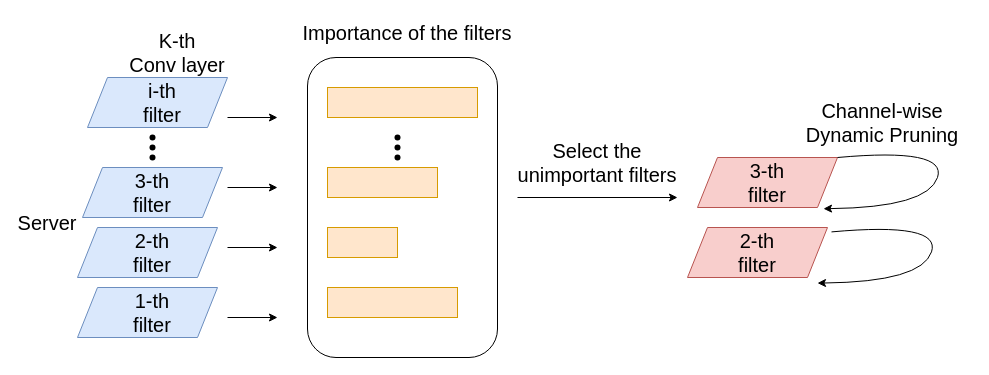
Earlier version of the draw.io diagram page "Page-2" (2 of 3) of .github/Untitled Diagram.drawio (2235425067/ExpressLRS). Source tidied: cells renumbered, new cells numbered last; positions are measured from the earlier drawing's top-left corner, leaving out a move shared by most shapes. Both pictures are drawn from the tidied source at 100%, with x=0, y=0 at pixel (17, 17).
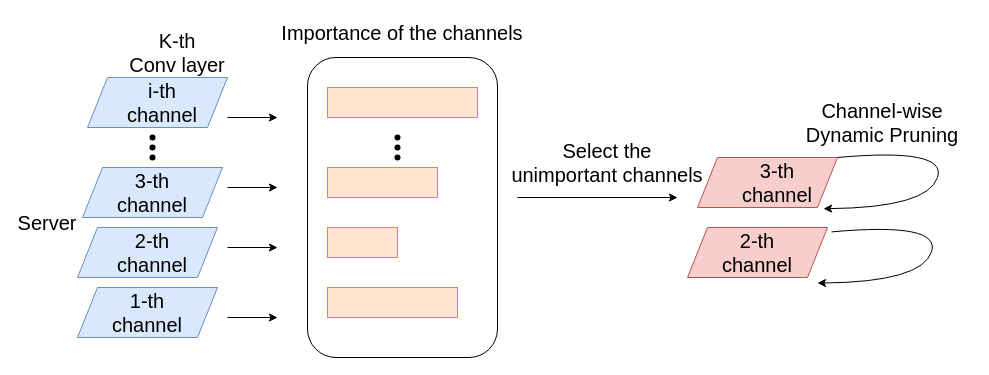
The same page after the edit.

Diff of the diagram source:
```diff
@@
-    <mxCell id="7" value="&lt;font style=&quot;font-size: 20px;&quot;&gt;i-th &lt;br&gt;filter&lt;/font&gt;" style="text;html=1;strokeColor=none;fillColor=none;align=center;verticalAlign=middle;whiteSpace=wrap;rounded=0;fontSize=12;" parent="1" vertex="1">
+    <mxCell id="7" value="&lt;font style=&quot;font-size: 20px;&quot;&gt;i-th &lt;br&gt;channel&lt;br&gt;&lt;/font&gt;" style="text;html=1;strokeColor=none;fillColor=none;align=center;verticalAlign=middle;whiteSpace=wrap;rounded=0;fontSize=12;" parent="1" vertex="1">
       <mxGeometry x="120" y="70" width="50" height="30" as="geometry" />
     </mxCell>
@@
-    <mxCell id="15" style="shape=parallelogram;perimeter=parallelogramPerimeter;whiteSpace=wrap;html=1;fixedSize=1;fontSize=12;fillColor=#dae8fc;strokeColor=#6c8ebf;" parent="1" vertex="1">
-      <mxGeometry x="60" y="270" width="140" height="50" as="geometry" />
-    </mxCell>
-    <mxCell id="16" value="&lt;font style=&quot;font-size: 20px;&quot;&gt;3-th &lt;br&gt;filter&lt;/font&gt;" style="text;html=1;strokeColor=none;fillColor=none;align=center;verticalAlign=middle;whiteSpace=wrap;rounded=0;fontSize=12;" parent="1" vertex="1">
+    <mxCell id="16" value="&lt;font style=&quot;font-size: 20px;&quot;&gt;3-th &lt;br&gt;channel&lt;br&gt;&lt;/font&gt;" style="text;html=1;strokeColor=none;fillColor=none;align=center;verticalAlign=middle;whiteSpace=wrap;rounded=0;fontSize=12;" parent="1" vertex="1">
       <mxGeometry x="110" y="160" width="50" height="30" as="geometry" />
     </mxCell>
-    <mxCell id="17" value="&lt;font style=&quot;font-size: 20px;&quot;&gt;2-th &lt;br&gt;filter&lt;/font&gt;" style="text;html=1;strokeColor=none;fillColor=none;align=center;verticalAlign=middle;whiteSpace=wrap;rounded=0;fontSize=12;" parent="1" vertex="1">
+    <mxCell id="17" value="&lt;font style=&quot;font-size: 20px;&quot;&gt;2-th &lt;br&gt;&lt;/font&gt;&lt;span style=&quot;font-size: 20px;&quot;&gt;channel&lt;/span&gt;" style="text;html=1;strokeColor=none;fillColor=none;align=center;verticalAlign=middle;whiteSpace=wrap;rounded=0;fontSize=12;" parent="1" vertex="1">
       <mxGeometry x="110" y="220" width="50" height="30" as="geometry" />
     </mxCell>
-    <mxCell id="18" value="&lt;font style=&quot;font-size: 20px;&quot;&gt;1-th &lt;br&gt;filter&lt;/font&gt;" style="text;html=1;strokeColor=none;fillColor=none;align=center;verticalAlign=middle;whiteSpace=wrap;rounded=0;fontSize=12;" parent="1" vertex="1">
-      <mxGeometry x="110" y="280" width="50" height="30" as="geometry" />
-    </mxCell>
@@
-    <mxCell id="21" value="&lt;span style=&quot;font-size: 20px;&quot;&gt;Importance of the filters&lt;/span&gt;" style="text;html=1;strokeColor=none;fillColor=none;align=center;verticalAlign=middle;whiteSpace=wrap;rounded=0;fontSize=12;" parent="1" vertex="1">
-      <mxGeometry x="270" width="240" height="30" as="geometry" />
+    <mxCell id="21" value="&lt;span style=&quot;font-size: 20px;&quot;&gt;Importance of the channels&lt;/span&gt;" style="text;html=1;strokeColor=none;fillColor=none;align=center;verticalAlign=middle;whiteSpace=wrap;rounded=0;fontSize=12;" parent="1" vertex="1">
+      <mxGeometry x="260" width="250" height="30" as="geometry" />
     </mxCell>
@@
-    <mxCell id="29" value="&lt;span style=&quot;font-size: 20px;&quot;&gt;Select the unimportant filters&lt;/span&gt;" style="text;html=1;strokeColor=none;fillColor=none;align=center;verticalAlign=middle;whiteSpace=wrap;rounded=0;fontSize=12;" parent="1" vertex="1">
-      <mxGeometry x="490" y="130" width="180" height="30" as="geometry" />
+    <mxCell id="29" value="&lt;span style=&quot;font-size: 20px;&quot;&gt;Select the unimportant channels&lt;/span&gt;" style="text;html=1;strokeColor=none;fillColor=none;align=center;verticalAlign=middle;whiteSpace=wrap;rounded=0;fontSize=12;" parent="1" vertex="1">
+      <mxGeometry x="490" y="130" width="200" height="30" as="geometry" />
     </mxCell>
@@
-    <mxCell id="32" value="&lt;font style=&quot;font-size: 20px;&quot;&gt;3-th &lt;br&gt;filter&lt;/font&gt;" style="text;html=1;strokeColor=none;fillColor=none;align=center;verticalAlign=middle;whiteSpace=wrap;rounded=0;fontSize=12;" parent="1" vertex="1">
-      <mxGeometry x="725" y="150" width="50" height="30" as="geometry" />
+    <mxCell id="32" value="&lt;font style=&quot;font-size: 20px;&quot;&gt;3-th &lt;br&gt;channel&lt;br&gt;&lt;/font&gt;" style="text;html=1;strokeColor=none;fillColor=none;align=center;verticalAlign=middle;whiteSpace=wrap;rounded=0;fontSize=12;" parent="1" vertex="1">
+      <mxGeometry x="730" y="150" width="60" height="30" as="geometry" />
     </mxCell>
-    <mxCell id="33" value="&lt;font style=&quot;font-size: 20px;&quot;&gt;2-th &lt;br&gt;filter&lt;/font&gt;" style="text;html=1;strokeColor=none;fillColor=none;align=center;verticalAlign=middle;whiteSpace=wrap;rounded=0;fontSize=12;" parent="1" vertex="1">
+    <mxCell id="33" value="&lt;font style=&quot;font-size: 20px;&quot;&gt;2-th &lt;br&gt;channel&lt;br&gt;&lt;/font&gt;" style="text;html=1;strokeColor=none;fillColor=none;align=center;verticalAlign=middle;whiteSpace=wrap;rounded=0;fontSize=12;" parent="1" vertex="1">
       <mxGeometry x="715" y="220" width="50" height="30" as="geometry" />
     </mxCell>
@@
+    <mxCell id="15" style="shape=parallelogram;perimeter=parallelogramPerimeter;whiteSpace=wrap;html=1;fixedSize=1;fontSize=12;fillColor=#dae8fc;strokeColor=#6c8ebf;" parent="1" vertex="1">
+      <mxGeometry x="60" y="270" width="140" height="50" as="geometry" />
+    </mxCell>
+    <mxCell id="18" value="&lt;font style=&quot;font-size: 20px;&quot;&gt;1-th &lt;br&gt;channel&lt;br&gt;&lt;/font&gt;" style="text;html=1;strokeColor=none;fillColor=none;align=center;verticalAlign=middle;whiteSpace=wrap;rounded=0;fontSize=12;" parent="1" vertex="1">
+      <mxGeometry x="105" y="280" width="50" height="30" as="geometry" />
+    </mxCell>
```
